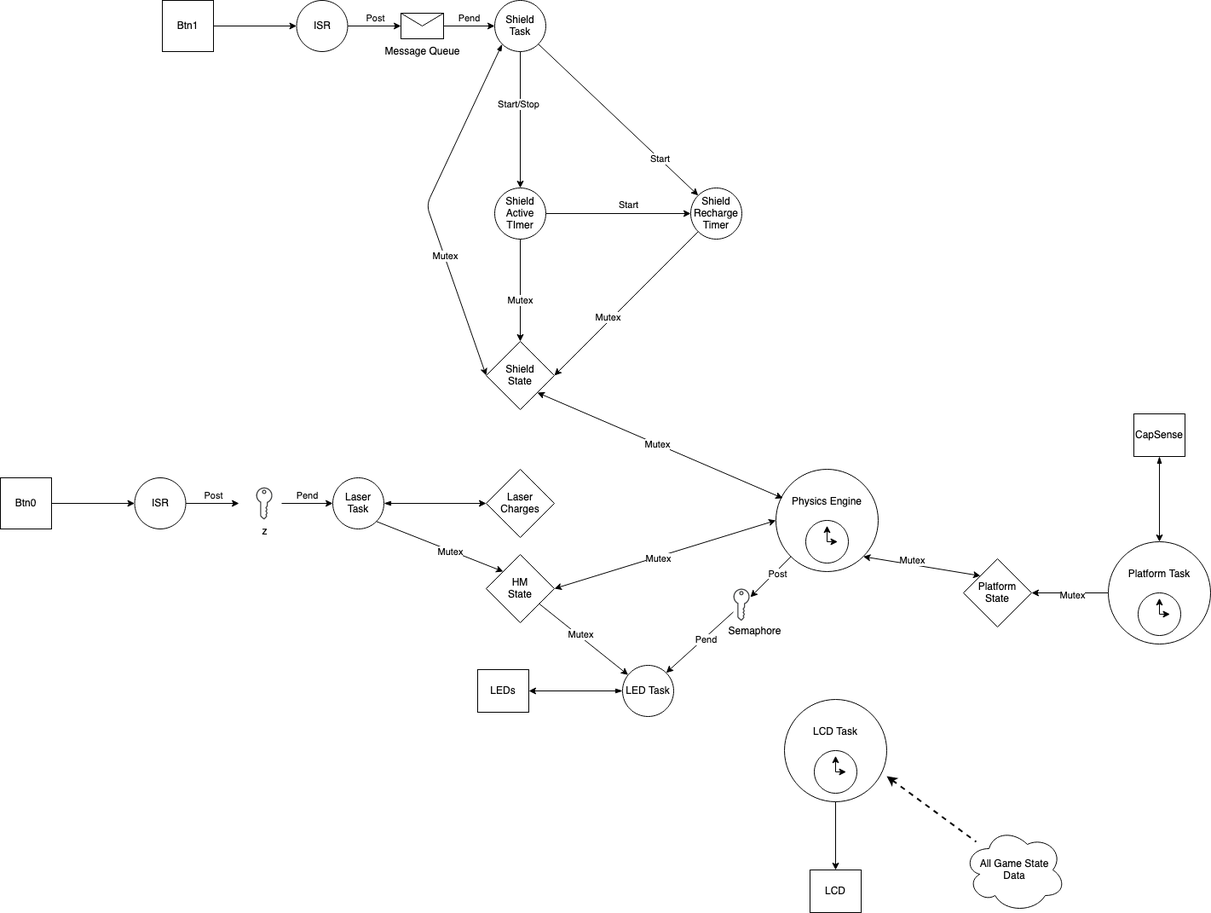
Before: task_diagram.drawio.png, a diagram exported from draw.io (willsnider927/HoltzmanPong_RTOS). Source tidied: cells renumbered, new cells last; positions are measured from the earlier drawing's top-left corner, leaving out a move shared by most shapes.
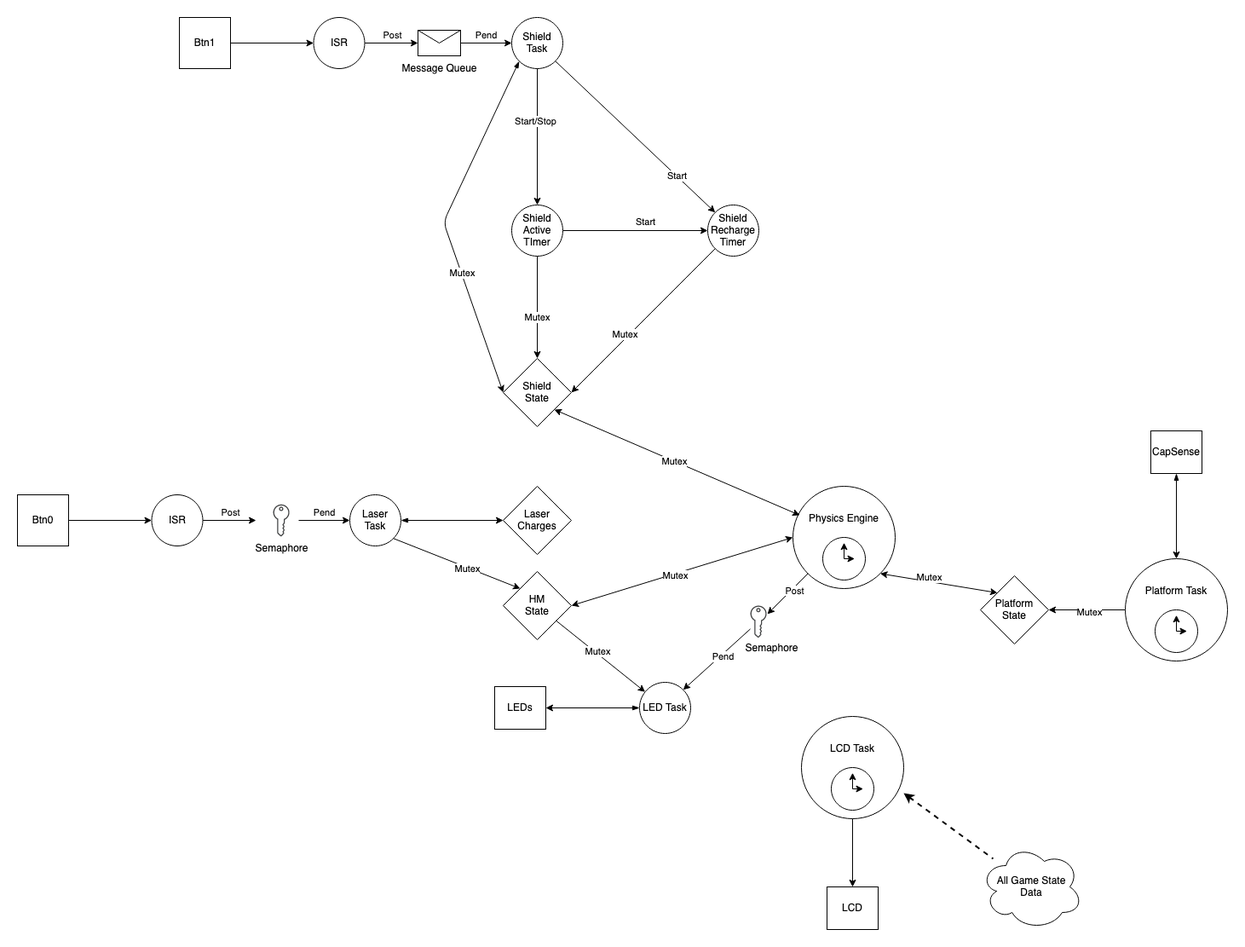
Above is the later version.

Diff of the diagram source:
```diff
@@ -151,7 +151,7 @@
         <mxPoint x="5" y="-7" as="offset" />
       </mxGeometry>
     </mxCell>
-    <mxCell id="43" value="z" style="sketch=0;shadow=0;dashed=0;html=1;strokeColor=none;fillColor=#434445;labelPosition=center;verticalLabelPosition=bottom;verticalAlign=top;align=center;shape=mxgraph.vvd.tenant_key;" parent="34" vertex="1">
+    <mxCell id="43" value="&lt;div&gt;Semaphore&lt;/div&gt;&lt;div&gt;&lt;br&gt;&lt;/div&gt;" style="sketch=0;shadow=0;dashed=0;html=1;strokeColor=none;fillColor=#434445;labelPosition=center;verticalLabelPosition=bottom;verticalAlign=top;align=center;shape=mxgraph.vvd.tenant_key;" parent="34" vertex="1">
       <mxGeometry x="300" y="11.2" width="19.1" height="37.5" as="geometry" />
     </mxCell>
     <mxCell id="44" value="&lt;div&gt;Laser &lt;br&gt;&lt;/div&gt;&lt;div&gt;Charges&lt;br&gt;&lt;/div&gt;" style="rhombus;whiteSpace=wrap;html=1;" parent="1" vertex="1">
```
